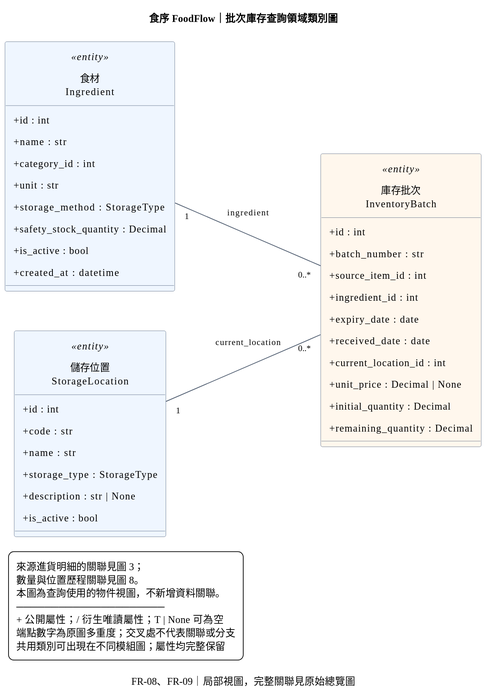
Above: docs/diagrams/domain-modules/b-class-04-inventory-query.svg in Software-engineering-foodflow/foodflow (PlantUML), before the change. Its source is kept beside it as docs/diagrams/domain-modules/b-class-04-inventory-query.puml.
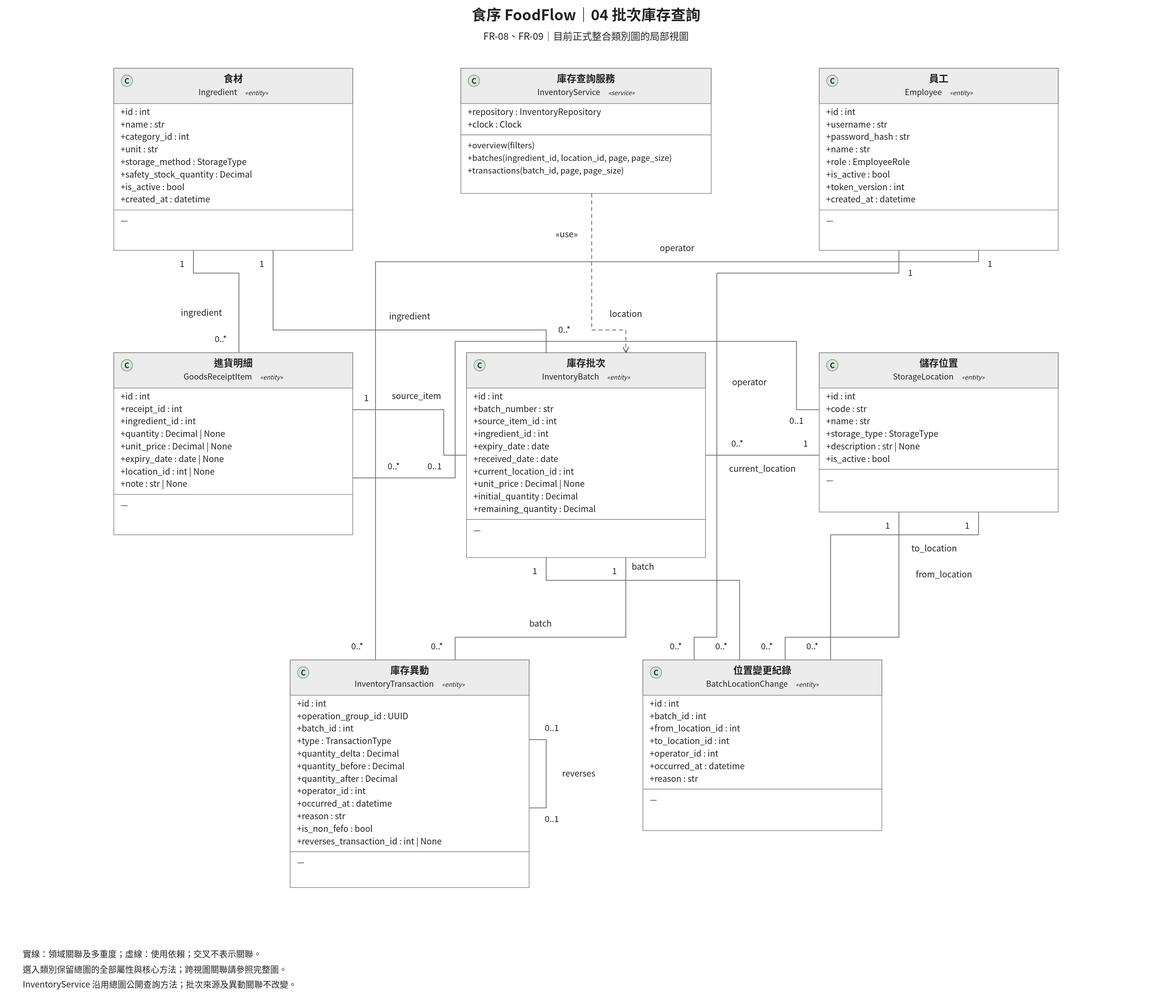
The same file after the commit.

The edit, as a diff of the source:
```diff
@@ -1,23 +1,19 @@
 @startuml b-class-04-inventory-query
-title 食序 FoodFlow｜批次庫存查詢領域類別圖
-caption FR-08、FR-09｜局部視圖，完整關聯見原始總覽圖
-left to right direction
-hide circle
-skinparam linetype polyline
+title 食序 FoodFlow｜批次庫存查詢
+caption FR-08、FR-09｜目前正式整合類別圖的局部視圖
+top to bottom direction
 skinparam backgroundColor white
 skinparam shadowing false
 skinparam defaultFontName Microsoft JhengHei
-skinparam defaultFontSize 14
+skinparam defaultFontSize 15
 skinparam classAttributeIconSize 0
-skinparam classBorderColor #64748B
-skinparam ArrowColor #475569
-skinparam ArrowFontSize 12
-skinparam nodesep 55
-skinparam ranksep 100
-skinparam padding 6
-skinparam dpi 120
-
-class "食材\nIngredient" as Ingredient <<entity>> #EFF6FF {
+skinparam classBackgroundColor white
+skinparam classHeaderBackgroundColor #ECECEC
+skinparam classBorderColor #777777
+skinparam linetype polyline
+skinparam dpi 192
+together {
+class "食材\nIngredient" as Ingredient <<entity>> {
   +id : int
   +name : str
   +category_id : int
@@ -26,9 +22,49 @@
   +safety_stock_quantity : Decimal
   +is_active : bool
   +created_at : datetime
+  -- 方法 --
+
 }
 
-class "庫存批次\nInventoryBatch" as InventoryBatch <<entity>> #FFF7ED {
+class "庫存查詢服務\nInventoryService" as InventoryService <<service>> {
+  +repository : InventoryRepository
+  +clock : Clock
+  -- 方法 --
+  +overview(filters)
+  +batches(ingredient_id, location_id, page, page_size)
+  +transactions(batch_id, page, page_size)
+}
+
+class "員工\nEmployee" as Employee <<entity>> {
+  +id : int
+  +username : str
+  +password_hash : str
+  +name : str
+  +role : EmployeeRole
+  +is_active : bool
+  +token_version : int
+  +created_at : datetime
+  -- 方法 --
+
+}
+}
+Ingredient -[hidden]right-> InventoryService
+InventoryService -[hidden]right-> Employee
+together {
+class "進貨明細\nGoodsReceiptItem" as GoodsReceiptItem <<entity>> {
+  +id : int
+  +receipt_id : int
+  +ingredient_id : int
+  +quantity : Decimal | None
+  +unit_price : Decimal | None
+  +expiry_date : date | None
+  +location_id : int | None
+  +note : str | None
+  -- 方法 --
+
+}
+
+class "庫存批次\nInventoryBatch" as InventoryBatch <<entity>> {
   +id : int
   +batch_number : str
   +source_item_id : int
@@ -39,28 +75,73 @@
   +unit_price : Decimal | None
   +initial_quantity : Decimal
   +remaining_quantity : Decimal
+  -- 方法 --
+
 }
 
-class "儲存位置\nStorageLocation" as StorageLocation <<entity>> #EFF6FF {
+class "儲存位置\nStorageLocation" as StorageLocation <<entity>> {
   +id : int
   +code : str
   +name : str
   +storage_type : StorageType
   +description : str | None
   +is_active : bool
+  -- 方法 --
+
+}
+}
+GoodsReceiptItem -[hidden]right-> InventoryBatch
+InventoryBatch -[hidden]right-> StorageLocation
+together {
+class "庫存異動\nInventoryTransaction" as InventoryTransaction <<entity>> {
+  +id : int
+  +operation_group_id : UUID
+  +batch_id : int
+  +type : TransactionType
+  +quantity_delta : Decimal
+  +quantity_before : Decimal
+  +quantity_after : Decimal
+  +operator_id : int
+  +occurred_at : datetime
+  +reason : str
+  +is_non_fefo : bool
+  +reverses_transaction_id : int | None
+  -- 方法 --
+
 }
 
+class "位置變更紀錄\nBatchLocationChange" as BatchLocationChange <<entity>> {
+  +id : int
+  +batch_id : int
+  +from_location_id : int
+  +to_location_id : int
+  +operator_id : int
+  +occurred_at : datetime
+  +reason : str
+  -- 方法 --
+
+}
+}
+InventoryTransaction -[hidden]right-> BatchLocationChange
+Ingredient -[hidden]down-> GoodsReceiptItem
+GoodsReceiptItem -[hidden]down-> InventoryTransaction
+Employee "1" -- "0..*" BatchLocationChange : operator
+Employee "1" -- "0..*" InventoryTransaction : operator
+GoodsReceiptItem "1" -- "0..1" InventoryBatch : source_item
+Ingredient "1" -- "0..*" GoodsReceiptItem : ingredient
 Ingredient "1" -- "0..*" InventoryBatch : ingredient
+InventoryBatch "1" -- "0..*" BatchLocationChange : batch
+InventoryBatch "1" -- "0..*" InventoryTransaction : batch
+InventoryTransaction "0..1" -- "0..1" InventoryTransaction : reverses
+StorageLocation "1" -- "0..*" BatchLocationChange : from_location
+StorageLocation "1" -- "0..*" BatchLocationChange : to_location
+StorageLocation "0..1" -- "0..*" GoodsReceiptItem : location
 StorageLocation "1" -- "0..*" InventoryBatch : current_location
-
-
+InventoryService ..> InventoryBatch : «use»
 legend bottom left
-  來源進貨明細的關聯見圖 3；
-  數量與位置歷程關聯見圖 8。
-  本圖為查詢使用的物件視圖，不新增資料關聯。
-  ─────────────────────
-  + 公開屬性；/ 衍生唯讀屬性；T | None 可為空
-  端點數字為原圖多重度；交叉處不代表關聯或分支
-  共用類別可出現在不同模組圖；屬性均完整保留
+  實線為領域關聯；虛線為使用依賴。類別成員與多重度直接沿用完整圖。
+  僅顯示兩端都在本視圖內的關聯；完整關聯請參照 b-class-diagram。
+  PNG／SVG 與 draw.io 使用固定排版，PlantUML 自動排版可能不同。
+  InventoryService 沿用總圖公開查詢方法；批次來源及異動關聯不改變。
 endlegend
 @enduml
```
